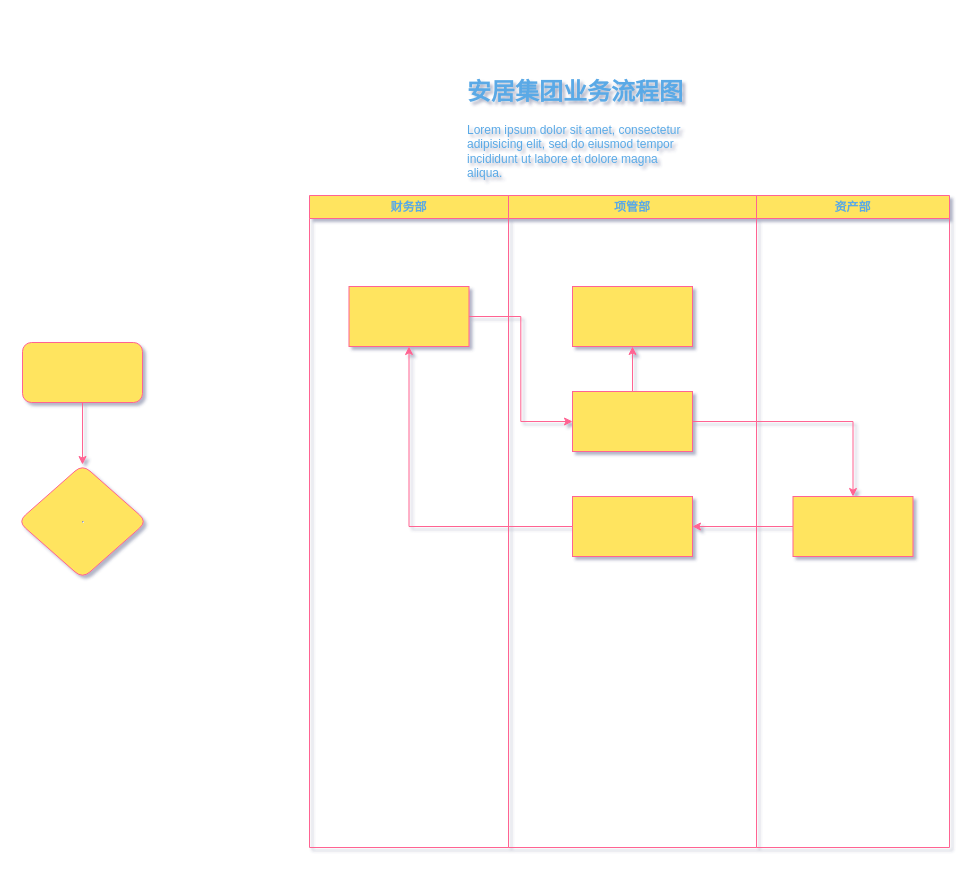
This is 未命名绘图.drawio from dw264389/FileShare, a draw.io file, before an edit. Source tidied: cells renumbered, new cells numbered last; positions are measured from the earlier drawing's top-left corner, leaving out a move shared by most shapes. Both pictures are drawn from the tidied source at 100%, with x=0, y=0 at pixel (17, 71).
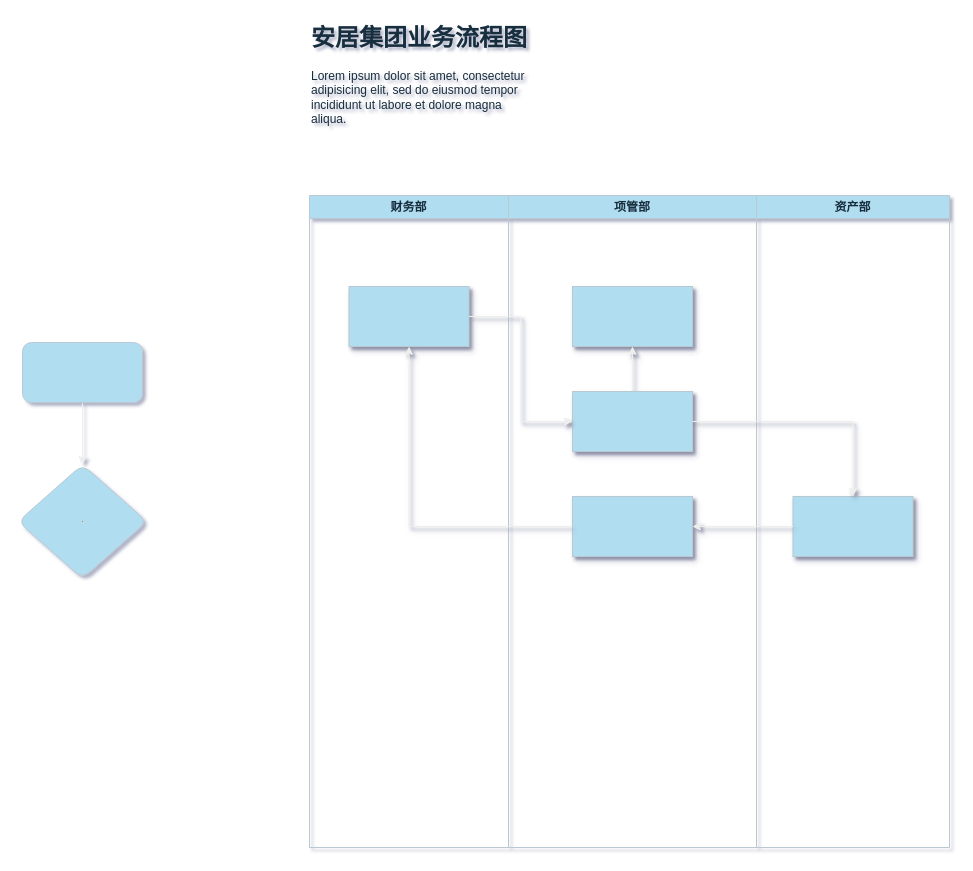
The same diagram, later.

Commit message (it also covers changes not shown here):
更新未命名绘图.drawio

Change to the diagram source:
```diff
@@
 <mxGraphModel shadow="1">
   <root>
     <mxCell id="0" />
     <mxCell id="1" parent="0" />
-    <mxCell id="2" value="&lt;h1 style=&quot;margin-top: 0px;&quot;&gt;安居集团业务流程图&lt;/h1&gt;&lt;p&gt;Lorem ipsum dolor sit amet, consectetur adipisicing elit, sed do eiusmod tempor incididunt ut labore et dolore magna aliqua.&lt;/p&gt;" style="text;html=1;whiteSpace=wrap;overflow=hidden;rounded=1;labelBackgroundColor=none;fontColor=#5AA9E6;" parent="1" vertex="1">
-      <mxGeometry x="448" width="220" height="120" as="geometry" />
+    <mxCell id="2" value="&lt;h1 style=&quot;margin-top: 0px;&quot;&gt;安居集团业务流程图&lt;/h1&gt;&lt;p&gt;Lorem ipsum dolor sit amet, consectetur adipisicing elit, sed do eiusmod tempor incididunt ut labore et dolore magna aliqua.&lt;/p&gt;" style="text;html=1;whiteSpace=wrap;overflow=hidden;rounded=1;labelBackgroundColor=none;fontColor=#182E3E;" parent="1" vertex="1">
+      <mxGeometry x="292" y="-54" width="220" height="120" as="geometry" />
     </mxCell>
-    <mxCell id="3" style="edgeStyle=orthogonalEdgeStyle;rounded=1;jettySize=auto;html=1;labelBackgroundColor=none;strokeColor=#FF6392;fontColor=default;" parent="1" edge="1" source="4" target="5">
+    <mxCell id="3" style="edgeStyle=orthogonalEdgeStyle;rounded=1;jettySize=auto;html=1;labelBackgroundColor=none;strokeColor=#EEEEEE;fontColor=default;" parent="1" edge="1" source="4" target="5">
       <mxGeometry relative="1" as="geometry" />
     </mxCell>
-    <mxCell id="4" style="whiteSpace=wrap;html=1;rounded=1;labelBackgroundColor=none;fillColor=#FFE45E;strokeColor=#FF6392;fontColor=#5AA9E6;" parent="1" vertex="1">
+    <mxCell id="4" style="whiteSpace=wrap;html=1;rounded=1;labelBackgroundColor=none;fillColor=#B1DDF0;strokeColor=#BAC8D3;fontColor=#182E3E;" parent="1" vertex="1">
       <mxGeometry x="5" y="271" width="120" height="60" as="geometry" />
     </mxCell>
-    <mxCell id="5" value="&lt;hr&gt;" style="rhombus;whiteSpace=wrap;html=1;rounded=1;labelBackgroundColor=none;fillColor=#FFE45E;strokeColor=#FF6392;fontColor=#5AA9E6;" parent="1" vertex="1">
+    <mxCell id="5" value="&lt;hr&gt;" style="rhombus;whiteSpace=wrap;html=1;rounded=1;labelBackgroundColor=none;fillColor=#B1DDF0;strokeColor=#BAC8D3;fontColor=#182E3E;" parent="1" vertex="1">
       <mxGeometry x="0.5" y="393" width="129" height="114" as="geometry" />
     </mxCell>
-    <mxCell id="6" value="财务部" style="swimlane;whiteSpace=wrap;html=1;strokeColor=#FF6392;fontColor=#5AA9E6;fillColor=#FFE45E;" parent="1" vertex="1">
+    <mxCell id="6" value="财务部" style="swimlane;whiteSpace=wrap;html=1;strokeColor=#BAC8D3;fontColor=#182E3E;fillColor=#B1DDF0;labelBackgroundColor=none;" parent="1" vertex="1">
       <mxGeometry x="292" y="124" width="199" height="652" as="geometry" />
     </mxCell>
-    <mxCell id="7" style="rounded=0;whiteSpace=wrap;html=1;strokeColor=#FF6392;fontColor=#5AA9E6;fillColor=#FFE45E;" parent="6" vertex="1">
+    <mxCell id="7" style="rounded=0;whiteSpace=wrap;html=1;strokeColor=#BAC8D3;fontColor=#182E3E;fillColor=#B1DDF0;shadow=1;labelBackgroundColor=none;" parent="6" vertex="1">
       <mxGeometry x="39.5" y="91" width="120" height="60" as="geometry" />
     </mxCell>
-    <mxCell id="8" value="资产部" style="swimlane;whiteSpace=wrap;html=1;strokeColor=#FF6392;fontColor=#5AA9E6;fillColor=#FFE45E;" parent="1" vertex="1">
+    <mxCell id="8" value="资产部" style="swimlane;whiteSpace=wrap;html=1;strokeColor=#BAC8D3;fontColor=#182E3E;fillColor=#B1DDF0;labelBackgroundColor=none;" parent="1" vertex="1">
       <mxGeometry x="739" y="124" width="193" height="652" as="geometry" />
     </mxCell>
-    <mxCell id="9" style="rounded=0;whiteSpace=wrap;html=1;strokeColor=#FF6392;fontColor=#5AA9E6;fillColor=#FFE45E;" parent="8" vertex="1">
+    <mxCell id="9" style="rounded=0;whiteSpace=wrap;html=1;strokeColor=#BAC8D3;fontColor=#182E3E;fillColor=#B1DDF0;shadow=1;labelBackgroundColor=none;" parent="8" vertex="1">
       <mxGeometry x="36.5" y="301" width="120" height="60" as="geometry" />
     </mxCell>
-    <mxCell id="10" value="项管部" style="swimlane;whiteSpace=wrap;html=1;strokeColor=#FF6392;fontColor=#5AA9E6;fillColor=#FFE45E;" parent="1" vertex="1">
+    <mxCell id="10" value="项管部" style="swimlane;whiteSpace=wrap;html=1;strokeColor=#BAC8D3;fontColor=#182E3E;fillColor=#B1DDF0;labelBackgroundColor=none;" parent="1" vertex="1">
       <mxGeometry x="491" y="124" width="248" height="652" as="geometry" />
     </mxCell>
-    <mxCell id="11" style="rounded=0;whiteSpace=wrap;html=1;strokeColor=#FF6392;fontColor=#5AA9E6;fillColor=#FFE45E;" parent="10" vertex="1">
+    <mxCell id="11" style="rounded=0;whiteSpace=wrap;html=1;strokeColor=#BAC8D3;fontColor=#182E3E;fillColor=#B1DDF0;shadow=1;labelBackgroundColor=none;" parent="10" vertex="1">
       <mxGeometry x="64" y="91" width="120" height="60" as="geometry" />
     </mxCell>
-    <mxCell id="12" style="edgeStyle=orthogonalEdgeStyle;rounded=0;jettySize=auto;html=1;strokeColor=#FF6392;fontColor=#5AA9E6;fillColor=#FFE45E;" parent="10" edge="1" source="13" target="11">
+    <mxCell id="12" style="edgeStyle=orthogonalEdgeStyle;rounded=0;jettySize=auto;html=1;strokeColor=#EEEEEE;fontColor=default;shadow=1;labelBackgroundColor=none;" parent="10" edge="1" source="13" target="11">
       <mxGeometry relative="1" as="geometry" />
     </mxCell>
-    <mxCell id="13" style="rounded=0;whiteSpace=wrap;html=1;strokeColor=#FF6392;fontColor=#5AA9E6;fillColor=#FFE45E;" parent="10" vertex="1">
+    <mxCell id="13" style="rounded=0;whiteSpace=wrap;html=1;strokeColor=#BAC8D3;fontColor=#182E3E;fillColor=#B1DDF0;shadow=1;labelBackgroundColor=none;" parent="10" vertex="1">
       <mxGeometry x="64" y="196" width="120" height="60" as="geometry" />
     </mxCell>
-    <mxCell id="14" style="rounded=0;whiteSpace=wrap;html=1;strokeColor=#FF6392;fontColor=#5AA9E6;fillColor=#FFE45E;" parent="10" vertex="1">
+    <mxCell id="14" style="rounded=0;whiteSpace=wrap;html=1;strokeColor=#BAC8D3;fontColor=#182E3E;fillColor=#B1DDF0;shadow=1;labelBackgroundColor=none;" parent="10" vertex="1">
       <mxGeometry x="64" y="301" width="120" height="60" as="geometry" />
     </mxCell>
-    <mxCell id="15" style="edgeStyle=orthogonalEdgeStyle;rounded=0;jettySize=auto;html=1;strokeColor=#FF6392;fontColor=#5AA9E6;fillColor=#FFE45E;" parent="1" edge="1" source="9" target="14">
+    <mxCell id="15" style="edgeStyle=orthogonalEdgeStyle;rounded=0;jettySize=auto;html=1;strokeColor=#EEEEEE;fontColor=default;shadow=1;labelBackgroundColor=none;" parent="1" edge="1" source="9" target="14">
       <mxGeometry relative="1" as="geometry" />
     </mxCell>
-    <mxCell id="16" style="edgeStyle=orthogonalEdgeStyle;rounded=0;jettySize=auto;html=1;strokeColor=#FF6392;fontColor=#5AA9E6;fillColor=#FFE45E;" parent="1" edge="1" source="14" target="7">
+    <mxCell id="16" style="edgeStyle=orthogonalEdgeStyle;rounded=0;jettySize=auto;html=1;strokeColor=#EEEEEE;fontColor=default;shadow=1;labelBackgroundColor=none;" parent="1" edge="1" source="14" target="7">
       <mxGeometry relative="1" as="geometry" />
     </mxCell>
-    <mxCell id="17" style="edgeStyle=orthogonalEdgeStyle;rounded=0;jettySize=auto;html=1;entryX=0;entryY=0.5;entryDx=0;entryDy=0;strokeColor=#FF6392;fontColor=#5AA9E6;fillColor=#FFE45E;" parent="1" edge="1" source="7" target="13">
+    <mxCell id="17" style="edgeStyle=orthogonalEdgeStyle;rounded=0;jettySize=auto;html=1;entryX=0;entryY=0.5;entryDx=0;entryDy=0;strokeColor=#EEEEEE;fontColor=default;shadow=1;labelBackgroundColor=none;" parent="1" edge="1" source="7" target="13">
       <mxGeometry relative="1" as="geometry" />
     </mxCell>
-    <mxCell id="18" style="edgeStyle=orthogonalEdgeStyle;rounded=0;jettySize=auto;html=1;strokeColor=#FF6392;fontColor=#5AA9E6;fillColor=#FFE45E;" parent="1" edge="1" source="13" target="9">
+    <mxCell id="18" style="edgeStyle=orthogonalEdgeStyle;rounded=0;jettySize=auto;html=1;strokeColor=#EEEEEE;fontColor=default;shadow=1;labelBackgroundColor=none;" parent="1" edge="1" source="13" target="9">
       <mxGeometry relative="1" as="geometry" />
     </mxCell>
   </root>
 </mxGraphModel>
```
